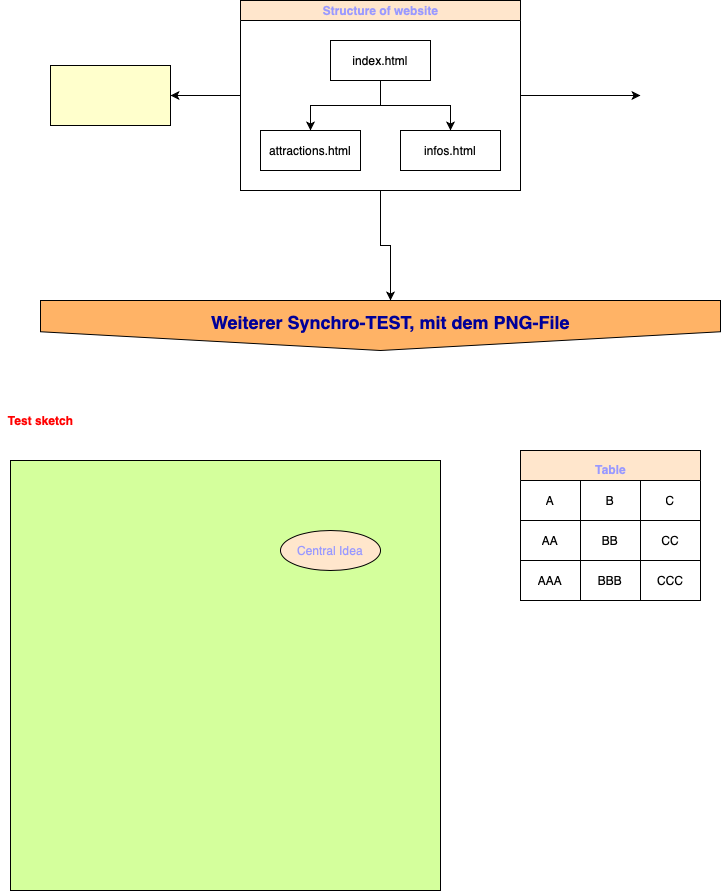
The draw.io diagram Untitled Diagram.png in meflix/themepark, before a commit. Source tidied: cells renumbered, new cells last; positions are measured from the earlier drawing's top-left corner, leaving out a move shared by most shapes.
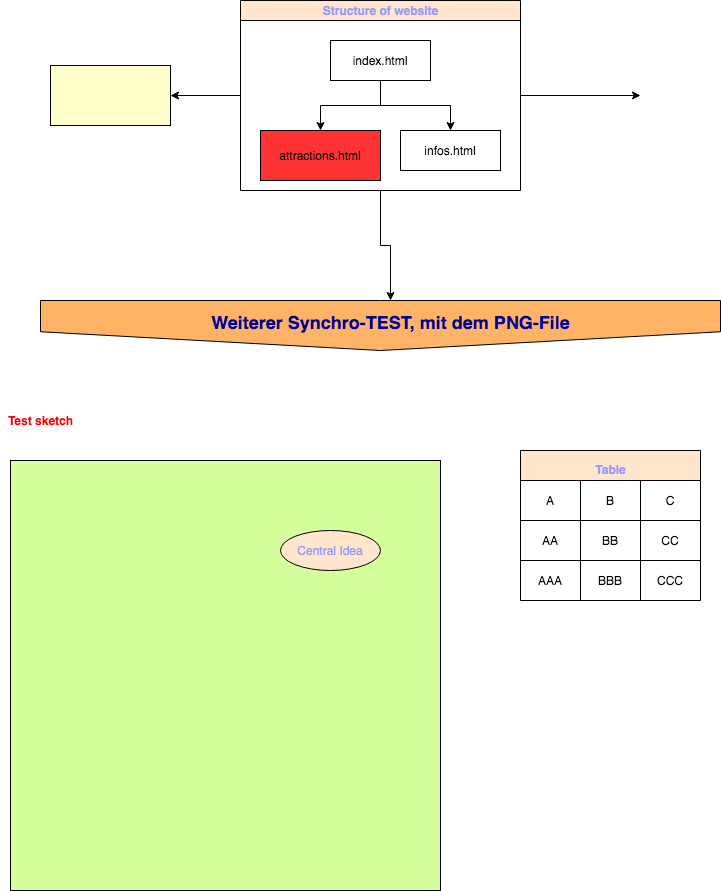
After the commit.

Commit message:
red rectangle as test.png

Diff of the diagram source:
```diff
@@ -100,8 +100,8 @@
     <mxCell id="30" value="index.html" style="whiteSpace=wrap;html=1;" parent="29" vertex="1">
       <mxGeometry x="90" y="40" width="100" height="40" as="geometry" />
     </mxCell>
-    <mxCell id="31" value="attractions.html" style="whiteSpace=wrap;html=1;" parent="29" vertex="1">
-      <mxGeometry x="20" y="130" width="100" height="40" as="geometry" />
+    <mxCell id="31" value="attractions.html" style="whiteSpace=wrap;html=1;fillColor=#FF3333;" parent="29" vertex="1">
+      <mxGeometry x="20" y="130" width="120" height="50" as="geometry" />
     </mxCell>
     <mxCell id="32" style="edgeStyle=elbowEdgeStyle;elbow=vertical;html=1;rounded=0;" parent="29" edge="1" source="30" target="31">
       <mxGeometry relative="1" as="geometry" />
```
